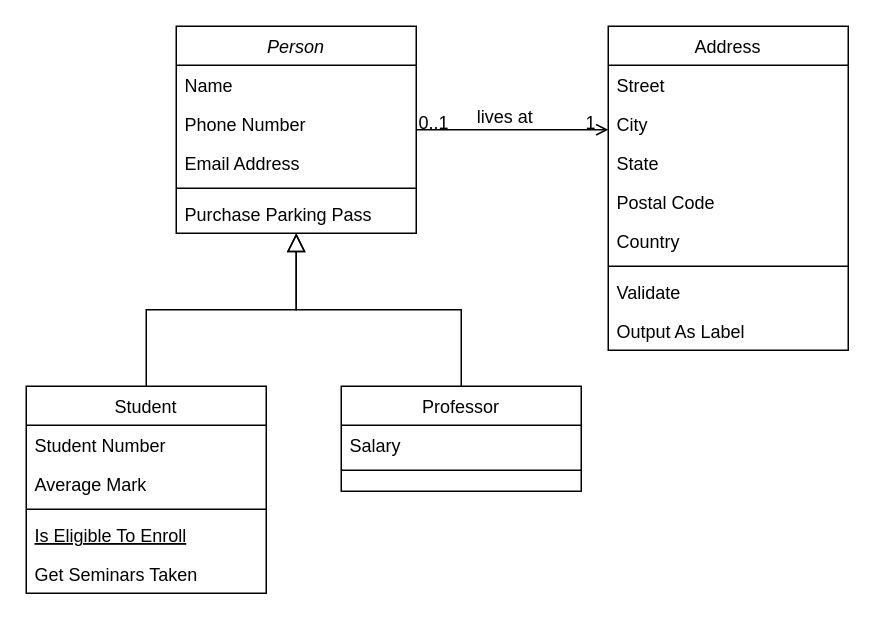
Above: Untitled Diagram.drawio in USB-IBCS-2425/Brawny_Proposal (draw.io), before the change. Source tidied: cells renumbered, new cells numbered last; positions are measured from the earlier drawing's top-left corner, leaving out a move shared by most shapes. Both pictures are drawn from the tidied source at 150%, with x=0, y=0 at pixel (26, 26).
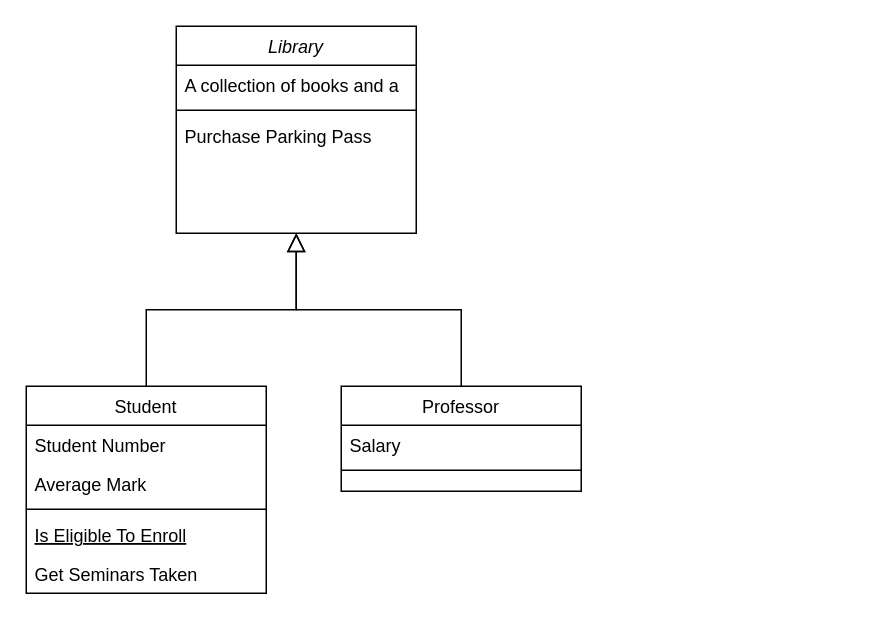
The same page after the edit.

The edit, as a diff of the source:
```diff
@@
-    <mxCell id="2" value="Person" style="swimlane;fontStyle=2;align=center;verticalAlign=top;horizontal=1;startSize=26;rounded=0;shadow=0;strokeWidth=1;" parent="1" vertex="1">
+    <mxCell id="2" value="Library" style="swimlane;fontStyle=2;align=center;verticalAlign=top;horizontal=1;startSize=26;rounded=0;shadow=0;strokeWidth=1;" parent="1" vertex="1">
       <mxGeometry x="100" width="160" height="138" as="geometry" />
     </mxCell>
-    <mxCell id="3" value="Name" style="text;align=left;verticalAlign=top;spacingLeft=4;spacingRight=4;overflow=hidden;" parent="2" vertex="1">
+    <mxCell id="3" value="A collection of books and a &#10;" style="text;align=left;verticalAlign=top;spacingLeft=4;spacingRight=4;overflow=hidden;" parent="2" vertex="1">
       <mxGeometry y="26" width="160" height="26" as="geometry" />
     </mxCell>
-    <mxCell id="4" value="Phone Number" style="text;align=left;verticalAlign=top;spacingLeft=4;spacingRight=4;overflow=hidden;rounded=0;shadow=0;html=0;" parent="2" vertex="1">
-      <mxGeometry y="52" width="160" height="26" as="geometry" />
-    </mxCell>
-    <mxCell id="5" value="Email Address" style="text;align=left;verticalAlign=top;spacingLeft=4;spacingRight=4;overflow=hidden;rounded=0;shadow=0;html=0;" parent="2" vertex="1">
-      <mxGeometry y="78" width="160" height="26" as="geometry" />
-    </mxCell>
     <mxCell id="6" style="line;html=1;strokeWidth=1;align=left;verticalAlign=middle;spacingTop=-1;spacingLeft=3;spacingRight=3;labelPosition=right;" parent="2" vertex="1">
-      <mxGeometry y="104" width="160" height="8" as="geometry" />
+      <mxGeometry y="52" width="160" height="8" as="geometry" />
     </mxCell>
     <mxCell id="7" value="Purchase Parking Pass" style="text;align=left;verticalAlign=top;spacingLeft=4;spacingRight=4;overflow=hidden;" parent="2" vertex="1">
-      <mxGeometry y="112" width="160" height="26" as="geometry" />
+      <mxGeometry y="60" width="160" height="26" as="geometry" />
     </mxCell>
@@
-    <mxCell id="19" value="Address" style="swimlane;fontStyle=0;align=center;verticalAlign=top;horizontal=1;startSize=26;rounded=0;shadow=0;strokeWidth=1;" parent="1" vertex="1">
-      <mxGeometry x="388" width="160" height="216" as="geometry" />
-    </mxCell>
-    <mxCell id="20" value="Street" style="text;align=left;verticalAlign=top;spacingLeft=4;spacingRight=4;overflow=hidden;" parent="19" vertex="1">
-      <mxGeometry y="26" width="160" height="26" as="geometry" />
-    </mxCell>
-    <mxCell id="21" value="City" style="text;align=left;verticalAlign=top;spacingLeft=4;spacingRight=4;overflow=hidden;rounded=0;shadow=0;html=0;" parent="19" vertex="1">
-      <mxGeometry y="52" width="160" height="26" as="geometry" />
-    </mxCell>
-    <mxCell id="22" value="State" style="text;align=left;verticalAlign=top;spacingLeft=4;spacingRight=4;overflow=hidden;rounded=0;shadow=0;html=0;" parent="19" vertex="1">
-      <mxGeometry y="78" width="160" height="26" as="geometry" />
-    </mxCell>
-    <mxCell id="23" value="Postal Code" style="text;align=left;verticalAlign=top;spacingLeft=4;spacingRight=4;overflow=hidden;rounded=0;shadow=0;html=0;" parent="19" vertex="1">
-      <mxGeometry y="104" width="160" height="26" as="geometry" />
-    </mxCell>
-    <mxCell id="24" value="Country" style="text;align=left;verticalAlign=top;spacingLeft=4;spacingRight=4;overflow=hidden;rounded=0;shadow=0;html=0;" parent="19" vertex="1">
-      <mxGeometry y="130" width="160" height="26" as="geometry" />
-    </mxCell>
-    <mxCell id="25" style="line;html=1;strokeWidth=1;align=left;verticalAlign=middle;spacingTop=-1;spacingLeft=3;spacingRight=3;labelPosition=right;" parent="19" vertex="1">
-      <mxGeometry y="156" width="160" height="8" as="geometry" />
-    </mxCell>
-    <mxCell id="26" value="Validate" style="text;align=left;verticalAlign=top;spacingLeft=4;spacingRight=4;overflow=hidden;" parent="19" vertex="1">
-      <mxGeometry y="164" width="160" height="26" as="geometry" />
-    </mxCell>
-    <mxCell id="27" value="Output As Label" style="text;align=left;verticalAlign=top;spacingLeft=4;spacingRight=4;overflow=hidden;" parent="19" vertex="1">
-      <mxGeometry y="190" width="160" height="26" as="geometry" />
-    </mxCell>
-    <mxCell id="28" style="endArrow=open;shadow=0;strokeWidth=1;rounded=0;curved=0;endFill=1;edgeStyle=elbowEdgeStyle;elbow=vertical;" parent="1" edge="1" source="2" target="19">
-      <mxGeometry x="0.5" y="41" relative="1" as="geometry">
-        <mxPoint x="-40" y="32" as="offset" />
-      </mxGeometry>
-    </mxCell>
-    <mxCell id="29" value="0..1" style="align=left;verticalAlign=bottom;labelBackgroundColor=none;fontSize=12;" parent="28" vertex="1">
-      <mxGeometry x="-1" relative="1" as="geometry">
-        <mxPoint y="4" as="offset" />
-      </mxGeometry>
-    </mxCell>
-    <mxCell id="30" value="1" style="align=right;verticalAlign=bottom;labelBackgroundColor=none;fontSize=12;" parent="28" vertex="1">
-      <mxGeometry x="1" relative="1" as="geometry">
-        <mxPoint x="-7" y="4" as="offset" />
-      </mxGeometry>
-    </mxCell>
-    <mxCell id="31" value="lives at" style="text;html=1;align=center;verticalAlign=middle;labelBackgroundColor=none;rounded=0;shadow=0;strokeWidth=1;fontSize=12;" parent="28" vertex="1">
-      <mxGeometry x="0.5" y="49" relative="1" as="geometry">
-        <mxPoint x="-38" y="40" as="offset" />
-      </mxGeometry>
-    </mxCell>
```
